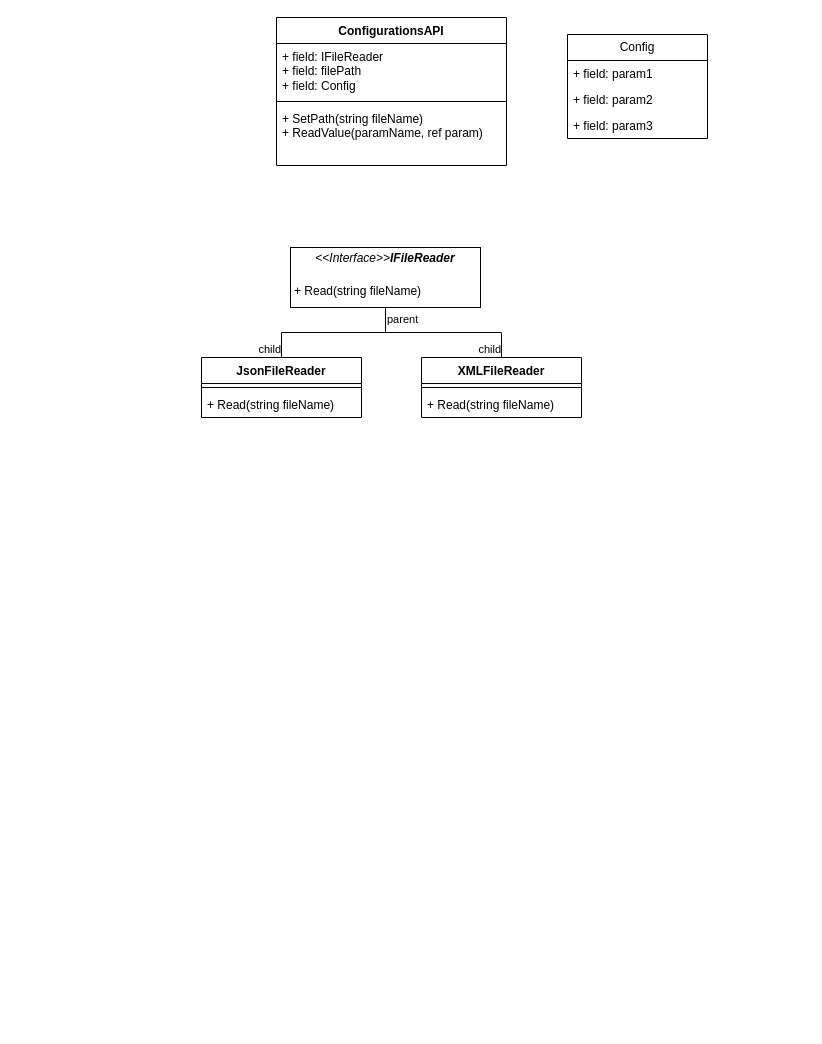
Before: Designs/ConfigurationsDesign.drawio in roymast/SimonSays, a draw.io diagram. Source tidied: cells renumbered, new cells numbered last; positions are measured from the earlier drawing's top-left corner, leaving out a move shared by most shapes. Both pictures are drawn from the tidied source at 100%, with x=0, y=0 at pixel (201, 17).
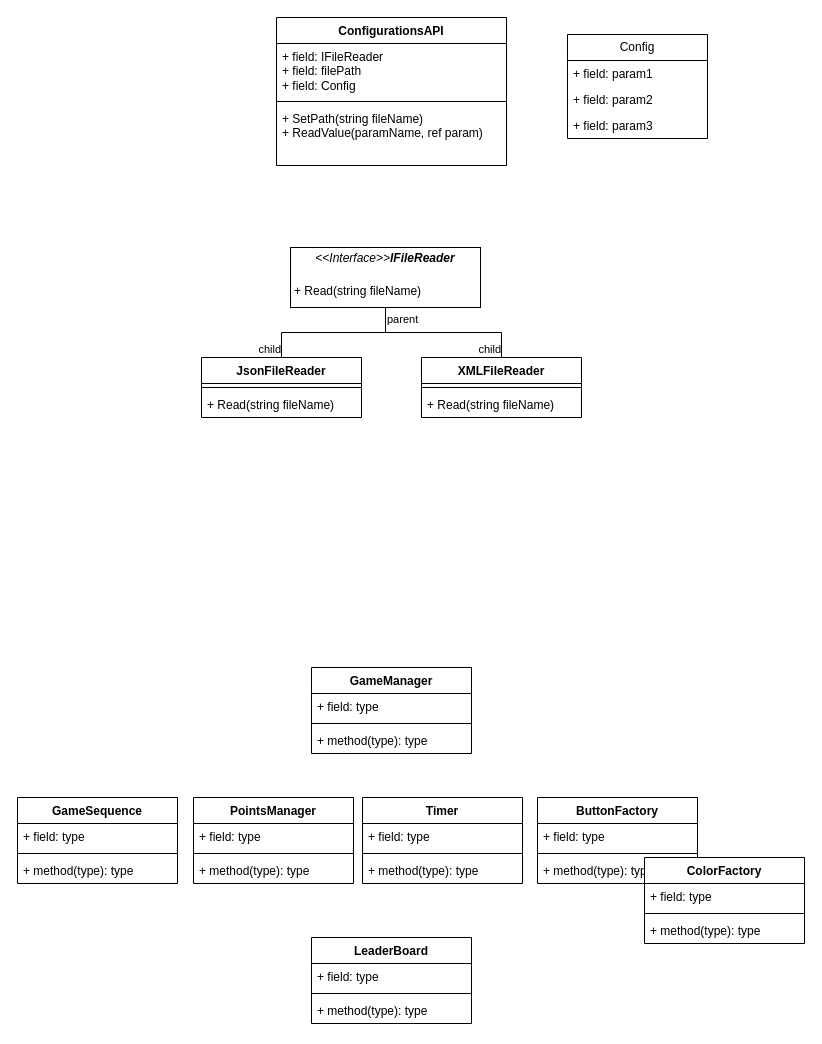
After the change.

Change to the diagram source:
```diff
@@
+    <mxCell id="22" value="GameManager" style="swimlane;fontStyle=1;align=center;verticalAlign=top;horizontal=1;startSize=26;whiteSpace=wrap;html=1;" parent="1" vertex="1">
+      <mxGeometry x="110" y="650" width="160" height="86" as="geometry" />
+    </mxCell>
+    <mxCell id="23" value="+ field: type" style="text;strokeColor=none;fillColor=none;align=left;verticalAlign=top;spacingLeft=4;spacingRight=4;overflow=hidden;whiteSpace=wrap;html=1;" parent="22" vertex="1">
+      <mxGeometry y="26" width="160" height="26" as="geometry" />
+    </mxCell>
+    <mxCell id="24" style="line;strokeWidth=1;fillColor=none;align=left;verticalAlign=middle;spacingTop=-1;spacingLeft=3;spacingRight=3;labelPosition=right;strokeColor=inherit;" parent="22" vertex="1">
+      <mxGeometry y="52" width="160" height="8" as="geometry" />
+    </mxCell>
+    <mxCell id="25" value="+ method(type): type" style="text;strokeColor=none;fillColor=none;align=left;verticalAlign=top;spacingLeft=4;spacingRight=4;overflow=hidden;whiteSpace=wrap;html=1;" parent="22" vertex="1">
+      <mxGeometry y="60" width="160" height="26" as="geometry" />
+    </mxCell>
+    <mxCell id="26" value="PointsManager" style="swimlane;fontStyle=1;align=center;verticalAlign=top;horizontal=1;startSize=26;whiteSpace=wrap;html=1;" parent="1" vertex="1">
+      <mxGeometry x="-8" y="780" width="160" height="86" as="geometry" />
+    </mxCell>
+    <mxCell id="27" value="+ field: type" style="text;strokeColor=none;fillColor=none;align=left;verticalAlign=top;spacingLeft=4;spacingRight=4;overflow=hidden;whiteSpace=wrap;html=1;" parent="26" vertex="1">
+      <mxGeometry y="26" width="160" height="26" as="geometry" />
+    </mxCell>
+    <mxCell id="28" style="line;strokeWidth=1;fillColor=none;align=left;verticalAlign=middle;spacingTop=-1;spacingLeft=3;spacingRight=3;labelPosition=right;strokeColor=inherit;" parent="26" vertex="1">
+      <mxGeometry y="52" width="160" height="8" as="geometry" />
+    </mxCell>
+    <mxCell id="29" value="+ method(type): type" style="text;strokeColor=none;fillColor=none;align=left;verticalAlign=top;spacingLeft=4;spacingRight=4;overflow=hidden;whiteSpace=wrap;html=1;" parent="26" vertex="1">
+      <mxGeometry y="60" width="160" height="26" as="geometry" />
+    </mxCell>
+    <mxCell id="30" value="GameSequence" style="swimlane;fontStyle=1;align=center;verticalAlign=top;horizontal=1;startSize=26;whiteSpace=wrap;html=1;" parent="1" vertex="1">
+      <mxGeometry x="-184" y="780" width="160" height="86" as="geometry" />
+    </mxCell>
+    <mxCell id="31" value="+ field: type" style="text;strokeColor=none;fillColor=none;align=left;verticalAlign=top;spacingLeft=4;spacingRight=4;overflow=hidden;whiteSpace=wrap;html=1;" parent="30" vertex="1">
+      <mxGeometry y="26" width="160" height="26" as="geometry" />
+    </mxCell>
+    <mxCell id="32" style="line;strokeWidth=1;fillColor=none;align=left;verticalAlign=middle;spacingTop=-1;spacingLeft=3;spacingRight=3;labelPosition=right;strokeColor=inherit;" parent="30" vertex="1">
+      <mxGeometry y="52" width="160" height="8" as="geometry" />
+    </mxCell>
+    <mxCell id="33" value="+ method(type): type" style="text;strokeColor=none;fillColor=none;align=left;verticalAlign=top;spacingLeft=4;spacingRight=4;overflow=hidden;whiteSpace=wrap;html=1;" parent="30" vertex="1">
+      <mxGeometry y="60" width="160" height="26" as="geometry" />
+    </mxCell>
+    <mxCell id="34" value="Timer" style="swimlane;fontStyle=1;align=center;verticalAlign=top;horizontal=1;startSize=26;whiteSpace=wrap;html=1;" parent="1" vertex="1">
+      <mxGeometry x="161" y="780" width="160" height="86" as="geometry" />
+    </mxCell>
+    <mxCell id="35" value="+ field: type" style="text;strokeColor=none;fillColor=none;align=left;verticalAlign=top;spacingLeft=4;spacingRight=4;overflow=hidden;whiteSpace=wrap;html=1;" parent="34" vertex="1">
+      <mxGeometry y="26" width="160" height="26" as="geometry" />
+    </mxCell>
+    <mxCell id="36" style="line;strokeWidth=1;fillColor=none;align=left;verticalAlign=middle;spacingTop=-1;spacingLeft=3;spacingRight=3;labelPosition=right;strokeColor=inherit;" parent="34" vertex="1">
+      <mxGeometry y="52" width="160" height="8" as="geometry" />
+    </mxCell>
+    <mxCell id="37" value="+ method(type): type" style="text;strokeColor=none;fillColor=none;align=left;verticalAlign=top;spacingLeft=4;spacingRight=4;overflow=hidden;whiteSpace=wrap;html=1;" parent="34" vertex="1">
+      <mxGeometry y="60" width="160" height="26" as="geometry" />
+    </mxCell>
+    <mxCell id="38" value="ButtonFactory" style="swimlane;fontStyle=1;align=center;verticalAlign=top;horizontal=1;startSize=26;whiteSpace=wrap;html=1;" parent="1" vertex="1">
+      <mxGeometry x="336" y="780" width="160" height="86" as="geometry" />
+    </mxCell>
+    <mxCell id="39" value="+ field: type" style="text;strokeColor=none;fillColor=none;align=left;verticalAlign=top;spacingLeft=4;spacingRight=4;overflow=hidden;whiteSpace=wrap;html=1;" parent="38" vertex="1">
+      <mxGeometry y="26" width="160" height="26" as="geometry" />
+    </mxCell>
+    <mxCell id="40" style="line;strokeWidth=1;fillColor=none;align=left;verticalAlign=middle;spacingTop=-1;spacingLeft=3;spacingRight=3;labelPosition=right;strokeColor=inherit;" parent="38" vertex="1">
+      <mxGeometry y="52" width="160" height="8" as="geometry" />
+    </mxCell>
+    <mxCell id="41" value="+ method(type): type" style="text;strokeColor=none;fillColor=none;align=left;verticalAlign=top;spacingLeft=4;spacingRight=4;overflow=hidden;whiteSpace=wrap;html=1;" parent="38" vertex="1">
+      <mxGeometry y="60" width="160" height="26" as="geometry" />
+    </mxCell>
+    <mxCell id="42" value="LeaderBoard" style="swimlane;fontStyle=1;align=center;verticalAlign=top;horizontal=1;startSize=26;whiteSpace=wrap;html=1;" parent="1" vertex="1">
+      <mxGeometry x="110" y="920" width="160" height="86" as="geometry" />
+    </mxCell>
+    <mxCell id="43" value="+ field: type" style="text;strokeColor=none;fillColor=none;align=left;verticalAlign=top;spacingLeft=4;spacingRight=4;overflow=hidden;whiteSpace=wrap;html=1;" parent="42" vertex="1">
+      <mxGeometry y="26" width="160" height="26" as="geometry" />
+    </mxCell>
+    <mxCell id="44" style="line;strokeWidth=1;fillColor=none;align=left;verticalAlign=middle;spacingTop=-1;spacingLeft=3;spacingRight=3;labelPosition=right;strokeColor=inherit;" parent="42" vertex="1">
+      <mxGeometry y="52" width="160" height="8" as="geometry" />
+    </mxCell>
+    <mxCell id="45" value="+ method(type): type" style="text;strokeColor=none;fillColor=none;align=left;verticalAlign=top;spacingLeft=4;spacingRight=4;overflow=hidden;whiteSpace=wrap;html=1;" parent="42" vertex="1">
+      <mxGeometry y="60" width="160" height="26" as="geometry" />
+    </mxCell>
+    <mxCell id="46" value="ColorFactory" style="swimlane;fontStyle=1;align=center;verticalAlign=top;horizontal=1;startSize=26;whiteSpace=wrap;html=1;" parent="1" vertex="1">
+      <mxGeometry x="443" y="840" width="160" height="86" as="geometry" />
+    </mxCell>
+    <mxCell id="47" value="+ field: type" style="text;strokeColor=none;fillColor=none;align=left;verticalAlign=top;spacingLeft=4;spacingRight=4;overflow=hidden;whiteSpace=wrap;html=1;" parent="46" vertex="1">
+      <mxGeometry y="26" width="160" height="26" as="geometry" />
+    </mxCell>
+    <mxCell id="48" style="line;strokeWidth=1;fillColor=none;align=left;verticalAlign=middle;spacingTop=-1;spacingLeft=3;spacingRight=3;labelPosition=right;strokeColor=inherit;" parent="46" vertex="1">
+      <mxGeometry y="52" width="160" height="8" as="geometry" />
+    </mxCell>
+    <mxCell id="49" value="+ method(type): type" style="text;strokeColor=none;fillColor=none;align=left;verticalAlign=top;spacingLeft=4;spacingRight=4;overflow=hidden;whiteSpace=wrap;html=1;" parent="46" vertex="1">
+      <mxGeometry y="60" width="160" height="26" as="geometry" />
+    </mxCell>
```
